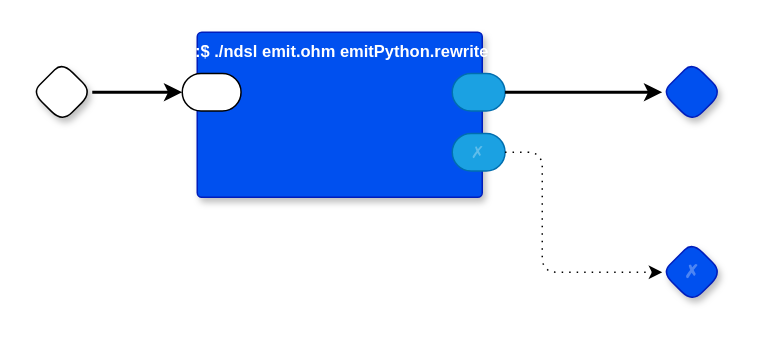
Above: page "RT to Python" (13 of 30) of kernel/kernel.drawio in guitarvydas/pbp-dev (draw.io), before the change. Source tidied: cells renumbered, new cells numbered last; positions are measured from the earlier drawing's top-left corner, leaving out a move shared by most shapes. Both pictures are drawn from the tidied source at 150%, with x=0, y=0 at pixel (32, 32).
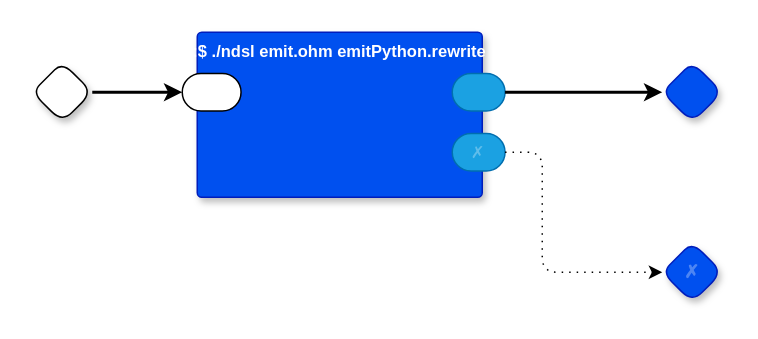
The same page after the edit.

Change to the diagram source:
```diff
@@
 <mxGraphModel>
   <root>
     <mxCell id="0" />
     <mxCell id="1" parent="0" />
     <mxCell id="2" style="rhombus;whiteSpace=wrap;html=1;rounded=1;fontStyle=1;glass=0;sketch=0;fontSize=12;points=[[0,0.5,0,0,0],[0.5,0,0,0,0],[0.5,1,0,0,0],[1,0.5,0,0,0]];shadow=1;fontFamily=Helvetica;fontColor=default;" parent="1" vertex="1">
       <mxGeometry y="20" width="40" height="40" as="geometry" />
     </mxCell>
     <mxCell id="3" style="rhombus;whiteSpace=wrap;html=1;rounded=1;fontStyle=1;glass=0;sketch=0;fontSize=12;points=[[0,0.5,0,0,0],[0.5,0,0,0,0],[0.5,1,0,0,0],[1,0.5,0,0,0]];shadow=1;fillColor=#0050ef;fontColor=#ffffff;strokeColor=#001DBC;fontFamily=Helvetica;" parent="1" vertex="1">
       <mxGeometry x="420" y="20" width="40" height="40" as="geometry" />
     </mxCell>
     <mxCell id="4" value="✗" style="rhombus;whiteSpace=wrap;html=1;rounded=1;fillColor=#0050ef;fontColor=#ffffff;strokeColor=#001DBC;fontStyle=1;glass=0;sketch=0;fontSize=12;points=[[0,0.5,0,0,0],[0.5,0,0,0,0],[0.5,1,0,0,0],[1,0.5,0,0,0]];shadow=1;textOpacity=30;" parent="1" vertex="1">
       <mxGeometry x="420" y="140" width="40" height="40" as="geometry" />
     </mxCell>
-    <mxCell id="5" value="::$ ./ndsl emit.ohm emitPython.rewrite" style="rounded=1;sketch=0;verticalAlign=top;arcSize=6;fontStyle=1;absoluteArcSize=1;shadow=1;strokeColor=#001DBC;fillColor=#0050ef;fontColor=#ffffff;fontFamily=Helvetica;fontSize=11;" parent="1" vertex="1">
+    <mxCell id="5" value=":$ ./ndsl emit.ohm emitPython.rewrite" style="rounded=1;sketch=0;verticalAlign=top;arcSize=6;fontStyle=1;absoluteArcSize=1;shadow=1;strokeColor=#001DBC;fillColor=#0050ef;fontColor=#ffffff;fontFamily=Helvetica;fontSize=11;" parent="1" vertex="1">
       <mxGeometry x="110" width="190" height="110" as="geometry" />
     </mxCell>
     <mxCell id="6" style="rounded=1;whiteSpace=wrap;html=1;sketch=0;points=[[0,0.5,0,0,0],[1,0.5,0,0,0]];arcSize=50;fontFamily=Helvetica;fontSize=11;fontColor=default;" parent="5" vertex="1">
       <mxGeometry x="-10" y="27.5" width="39.2" height="25" as="geometry" />
     </mxCell>
     <mxCell id="7" style="rounded=1;whiteSpace=wrap;html=1;sketch=0;points=[[0,0.5,0,0,0],[1,0.5,0,0,0]];fillColor=#1ba1e2;fontColor=#ffffff;strokeColor=#006EAF;arcSize=50;fontFamily=Helvetica;fontSize=11;" parent="5" vertex="1">
       <mxGeometry x="170" y="27.5" width="35.2" height="25" as="geometry" />
     </mxCell>
     <mxCell id="8" value="✗" style="rounded=1;whiteSpace=wrap;html=1;sketch=0;points=[[0,0.5,0,0,0],[1,0.5,0,0,0]];fillColor=#1ba1e2;fontColor=#ffffff;strokeColor=#006EAF;arcSize=50;fontFamily=Helvetica;fontSize=11;textOpacity=30;" parent="5" vertex="1">
       <mxGeometry x="170" y="67.5" width="35.2" height="25" as="geometry" />
     </mxCell>
     <mxCell id="9" style="edgeStyle=orthogonalEdgeStyle;rounded=0;jettySize=auto;html=1;exitX=1;exitY=0.5;exitDx=0;exitDy=0;exitPerimeter=0;entryX=0;entryY=0.5;entryDx=0;entryDy=0;entryPerimeter=0;strokeWidth=2;" parent="1" edge="1" source="2" target="6">
       <mxGeometry relative="1" as="geometry" />
     </mxCell>
     <mxCell id="10" style="edgeStyle=orthogonalEdgeStyle;rounded=0;jettySize=auto;html=1;exitX=1;exitY=0.5;exitDx=0;exitDy=0;exitPerimeter=0;strokeWidth=2;entryX=0;entryY=0.5;entryDx=0;entryDy=0;entryPerimeter=0;" parent="1" edge="1" source="7" target="3">
       <mxGeometry relative="1" as="geometry" />
     </mxCell>
     <mxCell id="11" style="edgeStyle=orthogonalEdgeStyle;rounded=1;jettySize=auto;html=1;exitX=1;exitY=0.5;exitDx=0;exitDy=0;exitPerimeter=0;entryX=0;entryY=0.5;entryDx=0;entryDy=0;entryPerimeter=0;curved=0;dashed=1;dashPattern=1 4;" parent="1" edge="1" source="8" target="4">
       <mxGeometry relative="1" as="geometry">
         <Array as="points">
           <mxPoint x="340" y="80" />
           <mxPoint x="340" y="160" />
         </Array>
       </mxGeometry>
     </mxCell>
   </root>
 </mxGraphModel>
```
